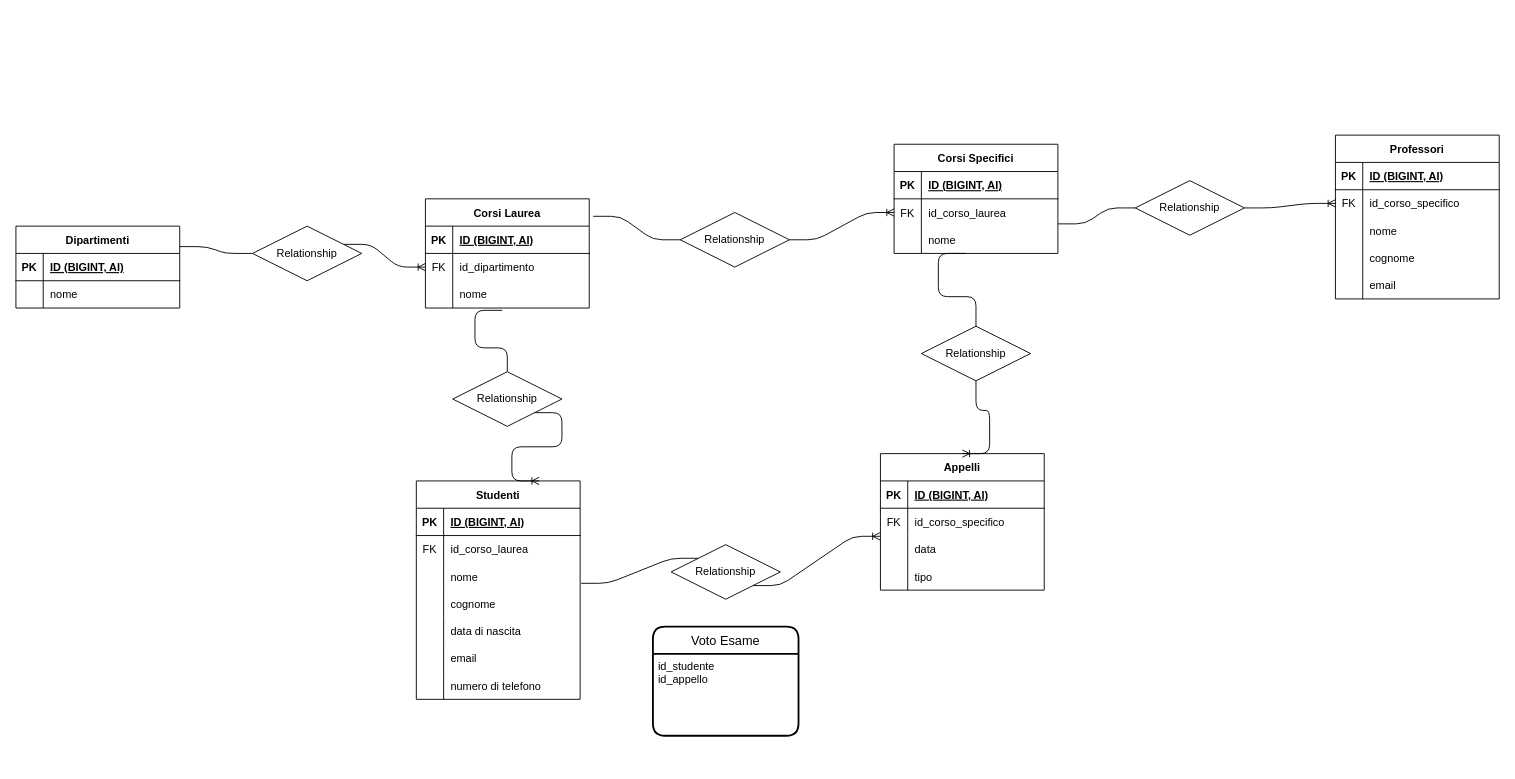
Pietroo03/db-university keeps this draw.io diagram as schema.drawio. Above is the earlier version. Source tidied: cells renumbered, new cells numbered last; positions are measured from the earlier drawing's top-left corner, leaving out a move shared by most shapes. Both pictures are drawn from the tidied source at 91%, with x=0, y=0 at pixel (15, 135).
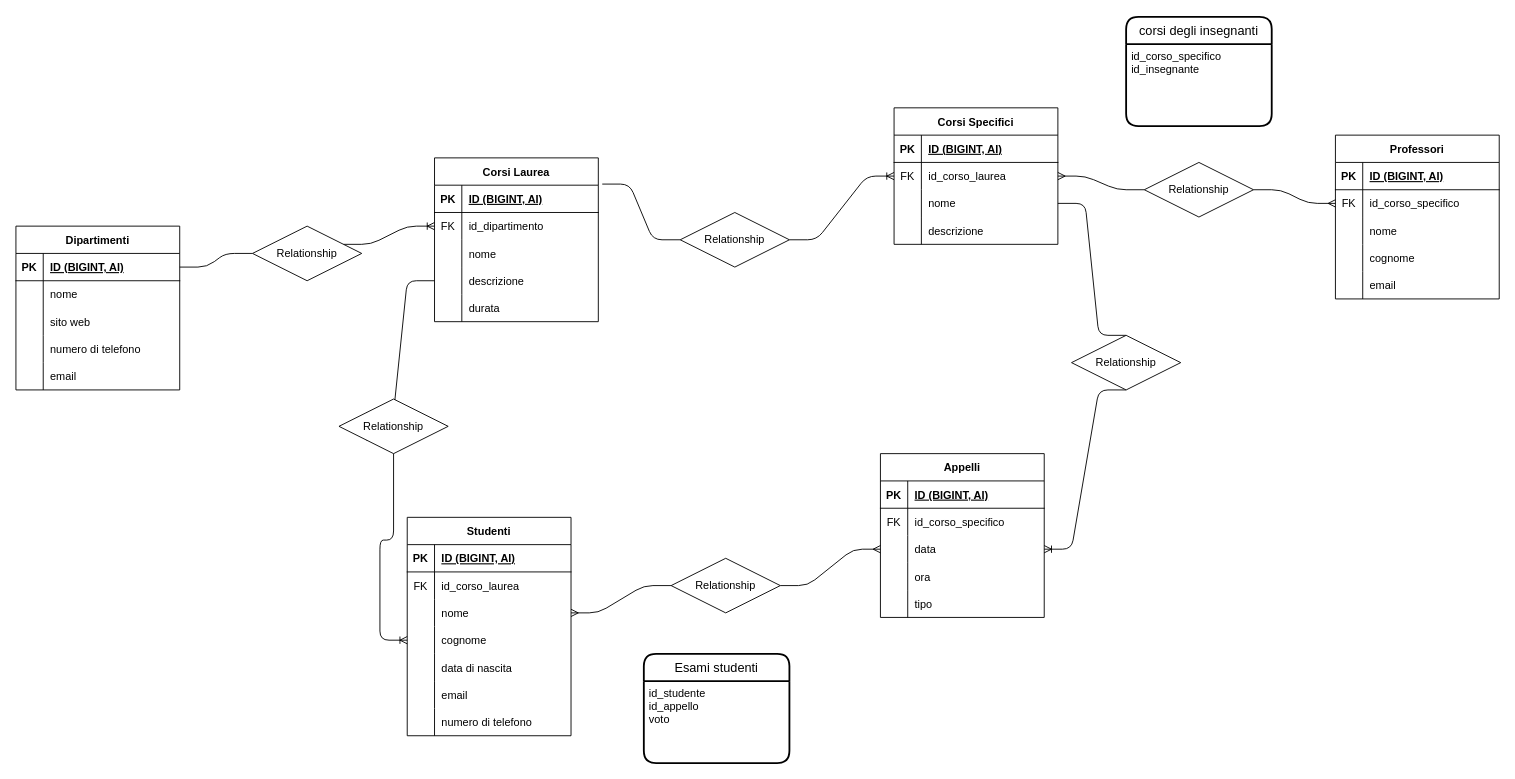
The same page after the edit.

The change refers to these unchanged cells:
```xml
<mxCell id="16" style="shape=tableRow;horizontal=0;startSize=0;swimlaneHead=0;swimlaneBody=0;fillColor=none;points=[[0,0.5],[1,0.5]];portConstraint=eastwest;top=0;left=0;right=0;bottom=0;" parent="9" vertex="1">
  <mxGeometry y="90" width="180" height="30" as="geometry" />
</mxCell>
<mxCell id="23" style="shape=tableRow;horizontal=0;startSize=0;swimlaneHead=0;swimlaneBody=0;fillColor=none;points=[[0,0.5],[1,0.5]];portConstraint=eastwest;top=0;left=0;right=0;bottom=0;" parent="19" vertex="1">
  <mxGeometry y="60" width="180" height="30" as="geometry" />
</mxCell>
<mxCell id="26" style="shape=tableRow;horizontal=0;startSize=0;swimlaneHead=0;swimlaneBody=0;fillColor=none;points=[[0,0.5],[1,0.5]];portConstraint=eastwest;top=0;left=0;right=0;bottom=0;" parent="19" vertex="1">
  <mxGeometry y="90" width="180" height="30" as="geometry" />
</mxCell>
<mxCell id="39" style="shape=tableRow;horizontal=0;startSize=0;swimlaneHead=0;swimlaneBody=0;fillColor=none;points=[[0,0.5],[1,0.5]];portConstraint=eastwest;top=0;left=0;right=0;bottom=0;" parent="35" vertex="1">
  <mxGeometry y="60" width="180" height="30" as="geometry" />
</mxCell>
<mxCell id="61" style="shape=tableRow;horizontal=0;startSize=0;swimlaneHead=0;swimlaneBody=0;fillColor=none;points=[[0,0.5],[1,0.5]];portConstraint=eastwest;top=0;left=0;right=0;bottom=0;" parent="54" vertex="1">
  <mxGeometry y="90" width="180" height="30" as="geometry" />
</mxCell>
<mxCell id="64" style="shape=tableRow;horizontal=0;startSize=0;swimlaneHead=0;swimlaneBody=0;fillColor=none;points=[[0,0.5],[1,0.5]];portConstraint=eastwest;top=0;left=0;right=0;bottom=0;" parent="54" vertex="1">
  <mxGeometry y="120" width="180" height="30" as="geometry" />
</mxCell>
<mxCell id="86" style="shape=tableRow;horizontal=0;startSize=0;swimlaneHead=0;swimlaneBody=0;fillColor=none;points=[[0,0.5],[1,0.5]];portConstraint=eastwest;top=0;left=0;right=0;bottom=0;" parent="79" vertex="1">
  <mxGeometry y="90" width="180" height="30" as="geometry" />
</mxCell>
```

Change to the diagram source:
```diff
@@
     <mxCell id="2" value="Dipartimenti" style="shape=table;startSize=30;childLayout=tableLayout;rowLines=0;fontStyle=1;align=center;" parent="1" vertex="1">
-      <mxGeometry y="100" width="180" height="90" as="geometry" />
+      <mxGeometry y="100" width="180" height="180" as="geometry" />
     </mxCell>
@@
+    <mxCell id="100" style="shape=tableRow;horizontal=0;startSize=0;swimlaneHead=0;swimlaneBody=0;fillColor=none;top=0;left=0;right=0;bottom=0;" parent="2" vertex="1">
+      <mxGeometry y="60" width="180" height="30" as="geometry" />
+    </mxCell>
+    <mxCell id="101" style="shape=partialRectangle;fillColor=none;top=0;left=0;bottom=0;right=0;overflow=hidden;" parent="100" vertex="1">
+      <mxGeometry width="30" height="30" as="geometry" />
+    </mxCell>
+    <mxCell id="102" value="nome        " style="shape=partialRectangle;fillColor=none;top=0;left=0;bottom=0;right=0;align=left;spacingLeft=6;overflow=hidden;" parent="100" vertex="1">
+      <mxGeometry x="30" width="150" height="30" as="geometry" />
+    </mxCell>
     <mxCell id="6" style="shape=tableRow;horizontal=0;startSize=0;swimlaneHead=0;swimlaneBody=0;fillColor=none;top=0;left=0;right=0;bottom=0;" parent="2" vertex="1">
-      <mxGeometry y="60" width="180" height="30" as="geometry" />
+      <mxGeometry y="90" width="180" height="30" as="geometry" />
     </mxCell>
@@
-    <mxCell id="8" value="nome        " style="shape=partialRectangle;fillColor=none;top=0;left=0;bottom=0;right=0;align=left;spacingLeft=6;overflow=hidden;" parent="6" vertex="1">
+    <mxCell id="8" value="sito web" style="shape=partialRectangle;fillColor=none;top=0;left=0;bottom=0;right=0;align=left;spacingLeft=6;overflow=hidden;" parent="6" vertex="1">
       <mxGeometry x="30" width="150" height="30" as="geometry" />
     </mxCell>
+    <mxCell id="103" style="shape=tableRow;horizontal=0;startSize=0;swimlaneHead=0;swimlaneBody=0;fillColor=none;top=0;left=0;right=0;bottom=0;" parent="2" vertex="1">
+      <mxGeometry y="120" width="180" height="30" as="geometry" />
+    </mxCell>
+    <mxCell id="104" style="shape=partialRectangle;fillColor=none;top=0;left=0;bottom=0;right=0;overflow=hidden;" parent="103" vertex="1">
+      <mxGeometry width="30" height="30" as="geometry" />
+    </mxCell>
+    <mxCell id="105" value="numero di telefono" style="shape=partialRectangle;fillColor=none;top=0;left=0;bottom=0;right=0;align=left;spacingLeft=6;overflow=hidden;" parent="103" vertex="1">
+      <mxGeometry x="30" width="150" height="30" as="geometry" />
+    </mxCell>
+    <mxCell id="106" style="shape=tableRow;horizontal=0;startSize=0;swimlaneHead=0;swimlaneBody=0;fillColor=none;top=0;left=0;right=0;bottom=0;" parent="2" vertex="1">
+      <mxGeometry y="150" width="180" height="30" as="geometry" />
+    </mxCell>
+    <mxCell id="107" style="shape=partialRectangle;fillColor=none;top=0;left=0;bottom=0;right=0;overflow=hidden;" parent="106" vertex="1">
+      <mxGeometry width="30" height="30" as="geometry" />
+    </mxCell>
+    <mxCell id="108" value="email" style="shape=partialRectangle;fillColor=none;top=0;left=0;bottom=0;right=0;align=left;spacingLeft=6;overflow=hidden;" parent="106" vertex="1">
+      <mxGeometry x="30" width="150" height="30" as="geometry" />
+    </mxCell>
     <mxCell id="9" value="Corsi Laurea" style="shape=table;startSize=30;childLayout=tableLayout;rowLines=0;fontStyle=1;align=center;" parent="1" vertex="1">
-      <mxGeometry x="450" y="70" width="180" height="120" as="geometry" />
+      <mxGeometry x="460" y="25" width="180" height="180" as="geometry" />
     </mxCell>
@@
+    <mxCell id="109" style="shape=tableRow;horizontal=0;startSize=0;swimlaneHead=0;swimlaneBody=0;fillColor=none;points=[[0,0.5],[1,0.5]];portConstraint=eastwest;top=0;left=0;right=0;bottom=0;" parent="9" vertex="1">
+      <mxGeometry y="120" width="180" height="30" as="geometry" />
+    </mxCell>
+    <mxCell id="110" style="shape=partialRectangle;fillColor=none;top=0;left=0;bottom=0;right=0;overflow=hidden;" parent="109" vertex="1">
+      <mxGeometry width="30" height="30" as="geometry" />
+    </mxCell>
+    <mxCell id="111" value="descrizione" style="shape=partialRectangle;fillColor=none;top=0;left=0;bottom=0;right=0;align=left;spacingLeft=6;overflow=hidden;" parent="109" vertex="1">
+      <mxGeometry x="30" width="150" height="30" as="geometry" />
+    </mxCell>
+    <mxCell id="112" style="shape=tableRow;horizontal=0;startSize=0;swimlaneHead=0;swimlaneBody=0;fillColor=none;top=0;left=0;right=0;bottom=0;" parent="9" vertex="1">
+      <mxGeometry y="150" width="180" height="30" as="geometry" />
+    </mxCell>
+    <mxCell id="113" style="shape=partialRectangle;fillColor=none;top=0;left=0;bottom=0;right=0;overflow=hidden;" parent="112" vertex="1">
+      <mxGeometry width="30" height="30" as="geometry" />
+    </mxCell>
+    <mxCell id="114" value="durata" style="shape=partialRectangle;fillColor=none;top=0;left=0;bottom=0;right=0;align=left;spacingLeft=6;overflow=hidden;" parent="112" vertex="1">
+      <mxGeometry x="30" width="150" height="30" as="geometry" />
+    </mxCell>
     <mxCell id="19" value="Corsi Specifici" style="shape=table;startSize=30;childLayout=tableLayout;rowLines=0;fontStyle=1;align=center;" parent="1" vertex="1">
-      <mxGeometry x="965" y="10" width="180" height="120" as="geometry" />
+      <mxGeometry x="965" y="-30" width="180" height="150" as="geometry" />
     </mxCell>
@@
+    <mxCell id="115" style="shape=tableRow;horizontal=0;startSize=0;swimlaneHead=0;swimlaneBody=0;fillColor=none;top=0;left=0;right=0;bottom=0;" parent="19" vertex="1">
+      <mxGeometry y="120" width="180" height="30" as="geometry" />
+    </mxCell>
+    <mxCell id="116" style="shape=partialRectangle;fillColor=none;top=0;left=0;bottom=0;right=0;overflow=hidden;" parent="115" vertex="1">
+      <mxGeometry width="30" height="30" as="geometry" />
+    </mxCell>
+    <mxCell id="117" value="descrizione" style="shape=partialRectangle;fillColor=none;top=0;left=0;bottom=0;right=0;align=left;spacingLeft=6;overflow=hidden;" parent="115" vertex="1">
+      <mxGeometry x="30" width="150" height="30" as="geometry" />
+    </mxCell>
@@
-    <mxCell id="51" style="edgeStyle=entityRelationEdgeStyle;fontSize=12;html=1;endArrow=ERoneToMany;exitX=1;exitY=0.5;exitDx=0;exitDy=0;startArrow=none;" parent="1" edge="1" source="53" target="39">
-      <mxGeometry relative="1" as="geometry" />
-    </mxCell>
-    <mxCell id="52" style="edgeStyle=entityRelationEdgeStyle;fontSize=12;html=1;endArrow=none;entryX=0;entryY=0.5;entryDx=0;entryDy=0;exitX=1.001;exitY=-0.083;exitDx=0;exitDy=0;exitPerimeter=0;" parent="1" edge="1" source="26" target="53">
-      <mxGeometry relative="1" as="geometry" />
-    </mxCell>
-    <mxCell id="53" value="Relationship" style="shape=rhombus;perimeter=rhombusPerimeter;whiteSpace=wrap;html=1;align=center;" parent="1" vertex="1">
-      <mxGeometry x="1230" y="50" width="120" height="60" as="geometry" />
-    </mxCell>
     <mxCell id="54" value="Studenti" style="shape=table;startSize=30;childLayout=tableLayout;rowLines=0;fontStyle=1;align=center;" parent="1" vertex="1">
-      <mxGeometry x="440" y="380" width="180" height="240" as="geometry" />
+      <mxGeometry x="430" y="420" width="180" height="240" as="geometry" />
     </mxCell>
@@
-    <mxCell id="76" style="edgeStyle=entityRelationEdgeStyle;fontSize=12;html=1;endArrow=ERoneToMany;entryX=0.75;entryY=0;entryDx=0;entryDy=0;exitX=1;exitY=1;exitDx=0;exitDy=0;startArrow=none;" parent="1" edge="1" source="78" target="54">
+    <mxCell id="76" style="edgeStyle=entityRelationEdgeStyle;fontSize=12;html=1;endArrow=ERoneToMany;entryX=0;entryY=0.5;entryDx=0;entryDy=0;exitX=0;exitY=1;exitDx=0;exitDy=0;startArrow=none;" parent="1" edge="1" source="78" target="64">
       <mxGeometry relative="1" as="geometry" />
     </mxCell>
-    <mxCell id="77" style="edgeStyle=entityRelationEdgeStyle;fontSize=12;html=1;endArrow=none;entryX=0;entryY=0;entryDx=0;entryDy=0;exitX=0.469;exitY=1.084;exitDx=0;exitDy=0;exitPerimeter=0;" parent="1" edge="1" source="16" target="78">
+    <mxCell id="77" style="edgeStyle=entityRelationEdgeStyle;fontSize=12;html=1;endArrow=none;entryX=0;entryY=0;entryDx=0;entryDy=0;exitX=0;exitY=0.5;exitDx=0;exitDy=0;" parent="1" edge="1" source="109" target="78">
       <mxGeometry relative="1" as="geometry" />
     </mxCell>
     <mxCell id="78" value="Relationship" style="shape=rhombus;perimeter=rhombusPerimeter;whiteSpace=wrap;html=1;align=center;" parent="1" vertex="1">
-      <mxGeometry x="480" y="260" width="120" height="60" as="geometry" />
+      <mxGeometry x="355" y="290" width="120" height="60" as="geometry" />
     </mxCell>
     <mxCell id="79" value="Appelli" style="shape=table;startSize=30;childLayout=tableLayout;rowLines=0;fontStyle=1;align=center;" parent="1" vertex="1">
-      <mxGeometry x="950" y="350" width="180" height="150" as="geometry" />
+      <mxGeometry x="950" y="350" width="180" height="180" as="geometry" />
     </mxCell>
@@
+    <mxCell id="118" style="shape=tableRow;horizontal=0;startSize=0;swimlaneHead=0;swimlaneBody=0;fillColor=none;top=0;left=0;right=0;bottom=0;" parent="79" vertex="1">
+      <mxGeometry y="120" width="180" height="30" as="geometry" />
+    </mxCell>
+    <mxCell id="119" style="shape=partialRectangle;fillColor=none;top=0;left=0;bottom=0;right=0;overflow=hidden;" parent="118" vertex="1">
+      <mxGeometry width="30" height="30" as="geometry" />
+    </mxCell>
+    <mxCell id="120" value="ora" style="shape=partialRectangle;fillColor=none;top=0;left=0;bottom=0;right=0;align=left;spacingLeft=6;overflow=hidden;" parent="118" vertex="1">
+      <mxGeometry x="30" width="150" height="30" as="geometry" />
+    </mxCell>
     <mxCell id="89" style="shape=tableRow;horizontal=0;startSize=0;swimlaneHead=0;swimlaneBody=0;fillColor=none;top=0;left=0;right=0;bottom=0;" parent="79" vertex="1">
-      <mxGeometry y="120" width="180" height="30" as="geometry" />
+      <mxGeometry y="150" width="180" height="30" as="geometry" />
     </mxCell>
@@
-    <mxCell id="92" style="edgeStyle=entityRelationEdgeStyle;fontSize=12;html=1;endArrow=ERoneToMany;entryX=0.5;entryY=0;entryDx=0;entryDy=0;exitX=1;exitY=1;exitDx=0;exitDy=0;startArrow=none;" parent="1" edge="1" source="94" target="79">
+    <mxCell id="92" style="edgeStyle=entityRelationEdgeStyle;fontSize=12;html=1;endArrow=ERoneToMany;exitX=0.5;exitY=1;exitDx=0;exitDy=0;startArrow=none;" parent="1" edge="1" source="94" target="86">
       <mxGeometry relative="1" as="geometry" />
     </mxCell>
-    <mxCell id="93" style="edgeStyle=entityRelationEdgeStyle;fontSize=12;html=1;endArrow=none;entryX=0;entryY=0;entryDx=0;entryDy=0;exitX=0.437;exitY=1;exitDx=0;exitDy=0;exitPerimeter=0;" parent="1" edge="1" source="26" target="94">
+    <mxCell id="93" style="edgeStyle=entityRelationEdgeStyle;fontSize=12;html=1;endArrow=none;entryX=0.5;entryY=0;entryDx=0;entryDy=0;exitX=1;exitY=0.5;exitDx=0;exitDy=0;" parent="1" edge="1" source="26" target="94">
       <mxGeometry relative="1" as="geometry" />
     </mxCell>
     <mxCell id="94" value="Relationship" style="shape=rhombus;perimeter=rhombusPerimeter;whiteSpace=wrap;html=1;align=center;" parent="1" vertex="1">
-      <mxGeometry x="995" y="210" width="120" height="60" as="geometry" />
+      <mxGeometry x="1160" y="220" width="120" height="60" as="geometry" />
     </mxCell>
+    <mxCell id="98" value="Esami studenti" style="swimlane;horizontal=1;startSize=30;rounded=1;fontSize=14;fontStyle=0;strokeWidth=2;shadow=0;dashed=0;align=center;" parent="1" vertex="1">
+      <mxGeometry x="690" y="570" width="160" height="120" as="geometry" />
+    </mxCell>
+    <mxCell id="99" value="id_studente&#10;id_appello&#10;voto" style="align=left;strokeColor=none;fillColor=none;spacingLeft=4;fontSize=12;verticalAlign=top;" parent="98" vertex="1">
+      <mxGeometry y="30" width="160" height="90" as="geometry" />
+    </mxCell>
+    <mxCell id="51" style="edgeStyle=entityRelationEdgeStyle;fontSize=12;html=1;endArrow=ERmany;startArrow=none;exitX=1;exitY=0.5;exitDx=0;exitDy=0;entryX=0;entryY=0.5;entryDx=0;entryDy=0;" parent="1" edge="1" source="53" target="39">
+      <mxGeometry relative="1" as="geometry" />
+    </mxCell>
+    <mxCell id="121" style="edgeStyle=entityRelationEdgeStyle;fontSize=12;html=1;endArrow=none;startArrow=ERmany;exitX=1;exitY=0.5;exitDx=0;exitDy=0;entryX=0;entryY=0.5;entryDx=0;entryDy=0;" parent="1" edge="1" source="23" target="53">
+      <mxGeometry relative="1" as="geometry" />
+    </mxCell>
+    <mxCell id="53" value="Relationship" style="shape=rhombus;perimeter=rhombusPerimeter;whiteSpace=wrap;html=1;align=center;" parent="1" vertex="1">
+      <mxGeometry x="1240" y="30" width="120" height="60" as="geometry" />
+    </mxCell>
+    <mxCell id="122" value="corsi degli insegnanti" style="swimlane;horizontal=1;startSize=30;rounded=1;fontSize=14;fontStyle=0;strokeWidth=2;shadow=0;dashed=0;align=center;" parent="1" vertex="1">
+      <mxGeometry x="1220" y="-130" width="160" height="120" as="geometry" />
+    </mxCell>
+    <mxCell id="123" value="id_corso_specifico&#10;id_insegnante" style="align=left;strokeColor=none;fillColor=none;spacingLeft=4;fontSize=12;verticalAlign=top;" parent="122" vertex="1">
+      <mxGeometry y="30" width="160" height="90" as="geometry" />
+    </mxCell>
-    <mxCell id="95" style="edgeStyle=entityRelationEdgeStyle;fontSize=12;html=1;endArrow=ERoneToMany;entryX=-0.003;entryY=0.028;entryDx=0;entryDy=0;entryPerimeter=0;exitX=1;exitY=1;exitDx=0;exitDy=0;startArrow=none;" parent="1" edge="1" source="97" target="86">
+    <mxCell id="95" style="edgeStyle=entityRelationEdgeStyle;fontSize=12;html=1;endArrow=ERmany;startArrow=none;exitX=1;exitY=0.5;exitDx=0;exitDy=0;entryX=0;entryY=0.5;entryDx=0;entryDy=0;" parent="1" edge="1" source="97" target="86">
       <mxGeometry relative="1" as="geometry" />
     </mxCell>
-    <mxCell id="96" style="edgeStyle=entityRelationEdgeStyle;fontSize=12;html=1;endArrow=none;entryX=0;entryY=0;entryDx=0;entryDy=0;exitX=1.006;exitY=0.75;exitDx=0;exitDy=0;exitPerimeter=0;" parent="1" edge="1" source="61" target="97">
+    <mxCell id="96" style="edgeStyle=entityRelationEdgeStyle;fontSize=12;html=1;endArrow=none;startArrow=ERmany;exitX=1;exitY=0.5;exitDx=0;exitDy=0;entryX=0;entryY=0.5;entryDx=0;entryDy=0;" parent="1" edge="1" source="61" target="97">
       <mxGeometry relative="1" as="geometry" />
     </mxCell>
     <mxCell id="97" value="Relationship" style="shape=rhombus;perimeter=rhombusPerimeter;whiteSpace=wrap;html=1;align=center;" parent="1" vertex="1">
-      <mxGeometry x="720" y="450" width="120" height="60" as="geometry" />
+      <mxGeometry x="720" y="465" width="120" height="60" as="geometry" />
     </mxCell>
-    <mxCell id="98" value="Voto Esame" style="swimlane;horizontal=1;startSize=30;rounded=1;fontSize=14;fontStyle=0;strokeWidth=2;shadow=0;dashed=0;align=center;" parent="1" vertex="1">
-      <mxGeometry x="700" y="540" width="160" height="120" as="geometry" />
-    </mxCell>
-    <mxCell id="99" value="id_studente&#10;id_appello" style="align=left;strokeColor=none;fillColor=none;spacingLeft=4;fontSize=12;verticalAlign=top;" parent="98" vertex="1">
-      <mxGeometry y="30" width="160" height="90" as="geometry" />
-    </mxCell>
```
